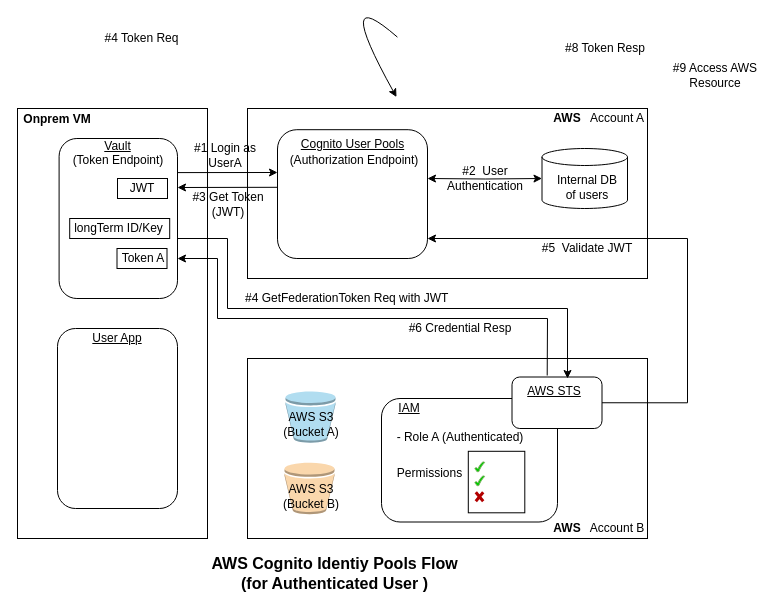
developer-onizuka/Diagrams keeps this draw.io diagram as OAuth2.0_Authorization/AWS_Cognito_with_Vault.drawio. Above is the earlier version. Source tidied: cells renumbered, new cells numbered last; positions are measured from the earlier drawing's top-left corner, leaving out a move shared by most shapes. Both pictures are drawn from the tidied source at 100%, with x=0, y=0 at pixel (17, -21).
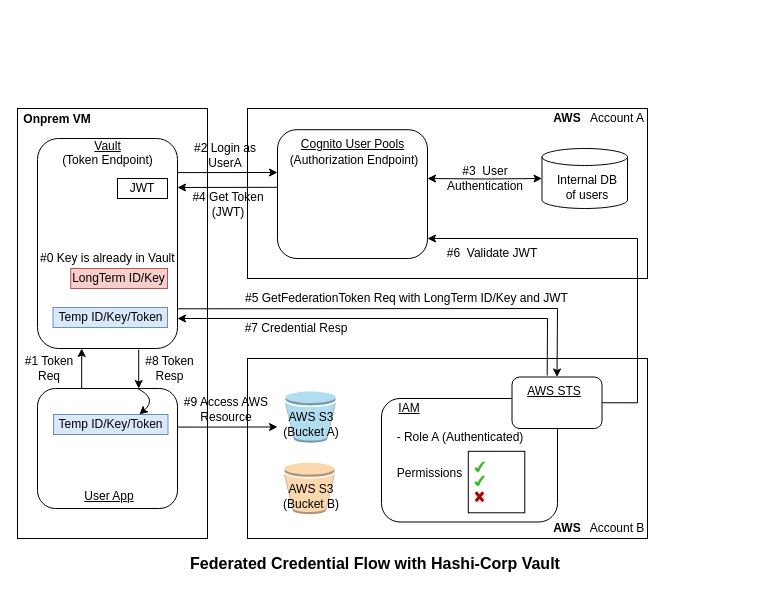
Above is the later version.

The change refers to these unchanged cells:
```xml
<mxCell id="18" style="rounded=1;whiteSpace=wrap;html=1;" parent="1" vertex="1">
  <mxGeometry x="260" y="150.2" width="150" height="128.8" as="geometry" />
</mxCell>
<mxCell id="49" style="rounded=1;whiteSpace=wrap;html=1;" parent="1" vertex="1">
  <mxGeometry x="494.5" y="397.5" width="90" height="51.5" as="geometry" />
</mxCell>
```

The edit, as a diff of the source:
```diff
@@
     <mxCell id="3" style="rounded=1;whiteSpace=wrap;html=1;" parent="1" vertex="1">
-      <mxGeometry x="40" y="349" width="120" height="180" as="geometry" />
+      <mxGeometry x="20" y="409" width="140" height="120" as="geometry" />
     </mxCell>
     <mxCell id="4" value="User App" style="text;html=1;strokeColor=none;fillColor=none;align=center;verticalAlign=middle;whiteSpace=wrap;rounded=0;fontStyle=4;" parent="1" vertex="1">
-      <mxGeometry x="40" y="349" width="120" height="20" as="geometry" />
+      <mxGeometry x="21.5" y="507.2" width="140" height="20" as="geometry" />
     </mxCell>
@@
     <mxCell id="8" style="rounded=1;whiteSpace=wrap;html=1;" parent="1" vertex="1">
-      <mxGeometry x="41.6" y="159" width="118.4" height="160" as="geometry" />
+      <mxGeometry x="20" y="159" width="140" height="210" as="geometry" />
     </mxCell>
     <mxCell id="9" value="Vault" style="text;html=1;strokeColor=none;fillColor=none;align=center;verticalAlign=middle;whiteSpace=wrap;rounded=0;fontStyle=4;" parent="1" vertex="1">
-      <mxGeometry x="40" y="159" width="121" height="15" as="geometry" />
+      <mxGeometry x="20" y="159" width="141" height="15" as="geometry" />
     </mxCell>
@@
-    <mxCell id="13" value="#1 Login as &lt;br&gt;UserA" style="text;html=1;strokeColor=none;fillColor=none;align=center;verticalAlign=middle;whiteSpace=wrap;rounded=0;" parent="1" vertex="1">
+    <mxCell id="13" value="#2 Login as &lt;br&gt;UserA" style="text;html=1;strokeColor=none;fillColor=none;align=center;verticalAlign=middle;whiteSpace=wrap;rounded=0;" parent="1" vertex="1">
       <mxGeometry x="158" y="159" width="100" height="33.8" as="geometry" />
     </mxCell>
-    <mxCell id="14" value="&lt;font style=&quot;font-size: 16px;&quot;&gt;AWS Cognito Identiy Pools Flow&lt;br&gt;(for Authenticated User )&lt;br&gt;&lt;/font&gt;" style="text;html=1;strokeColor=none;fillColor=none;align=center;verticalAlign=middle;whiteSpace=wrap;rounded=0;fontStyle=1;strokeWidth=1;" parent="1" vertex="1">
-      <mxGeometry x="154.5" y="569" width="324.5" height="50" as="geometry" />
+    <mxCell id="14" value="&lt;font style=&quot;font-size: 16px;&quot;&gt;Federated Credential Flow with Hashi-Corp Vault&lt;br&gt;&lt;/font&gt;" style="text;html=1;strokeColor=none;fillColor=none;align=center;verticalAlign=middle;whiteSpace=wrap;rounded=0;fontStyle=1;strokeWidth=1;" parent="1" vertex="1">
+      <mxGeometry x="154.5" y="569" width="405.5" height="30" as="geometry" />
     </mxCell>
@@
-    <mxCell id="32" value="#3 Get Token&lt;br&gt;(JWT)" style="text;html=1;strokeColor=none;fillColor=none;align=center;verticalAlign=middle;whiteSpace=wrap;rounded=0;" parent="1" vertex="1">
+    <mxCell id="32" value="#4 Get Token&lt;br&gt;(JWT)" style="text;html=1;strokeColor=none;fillColor=none;align=center;verticalAlign=middle;whiteSpace=wrap;rounded=0;" parent="1" vertex="1">
       <mxGeometry x="167.5" y="210.2" width="85.5" height="28.8" as="geometry" />
     </mxCell>
-    <mxCell id="33" value="#4 Token Req" style="text;html=1;strokeColor=none;fillColor=none;align=center;verticalAlign=middle;whiteSpace=wrap;rounded=0;" parent="1" vertex="1">
-      <mxGeometry x="80.5" y="49" width="87" height="20" as="geometry" />
+    <mxCell id="33" value="#1 Token &lt;br&gt;Req" style="text;html=1;strokeColor=none;fillColor=none;align=center;verticalAlign=middle;whiteSpace=wrap;rounded=0;" parent="1" vertex="1">
+      <mxGeometry y="374" width="63.5" height="30" as="geometry" />
     </mxCell>
@@
-    <mxCell id="35" value="#5&amp;nbsp; Validate JWT" style="text;html=1;strokeColor=none;fillColor=none;align=center;verticalAlign=middle;whiteSpace=wrap;rounded=0;" parent="1" vertex="1">
-      <mxGeometry x="519.5" y="259" width="100" height="20" as="geometry" />
+    <mxCell id="35" value="#6&amp;nbsp; Validate JWT" style="text;html=1;strokeColor=none;fillColor=none;align=center;verticalAlign=middle;whiteSpace=wrap;rounded=0;" parent="1" vertex="1">
+      <mxGeometry x="424.5" y="264" width="100" height="20" as="geometry" />
     </mxCell>
-    <mxCell id="36" value="#4 GetFederationToken Req with JWT" style="text;html=1;strokeColor=none;fillColor=none;align=left;verticalAlign=middle;whiteSpace=wrap;rounded=0;" parent="1" vertex="1">
-      <mxGeometry x="225.5" y="309" width="214.5" height="20" as="geometry" />
+    <mxCell id="36" value="#5 GetFederationToken Req with LongTerm ID/Key and JWT" style="text;html=1;strokeColor=none;fillColor=none;align=left;verticalAlign=middle;whiteSpace=wrap;rounded=0;" parent="1" vertex="1">
+      <mxGeometry x="225.5" y="309" width="344.5" height="20" as="geometry" />
     </mxCell>
-    <mxCell id="37" value="#2&amp;nbsp; User Authentication" style="text;html=1;strokeColor=none;fillColor=none;align=center;verticalAlign=middle;whiteSpace=wrap;rounded=0;" parent="1" vertex="1">
+    <mxCell id="37" value="#3&amp;nbsp; User Authentication" style="text;html=1;strokeColor=none;fillColor=none;align=center;verticalAlign=middle;whiteSpace=wrap;rounded=0;" parent="1" vertex="1">
       <mxGeometry x="419.5" y="184" width="95.5" height="30" as="geometry" />
     </mxCell>
-    <mxCell id="38" value="#6 Credential Resp" style="text;html=1;strokeColor=none;fillColor=none;align=center;verticalAlign=middle;whiteSpace=wrap;rounded=0;" parent="1" vertex="1">
-      <mxGeometry x="390" y="339" width="105.5" height="20" as="geometry" />
+    <mxCell id="38" value="#7 Credential Resp" style="text;html=1;strokeColor=none;fillColor=none;align=center;verticalAlign=middle;whiteSpace=wrap;rounded=0;" parent="1" vertex="1">
+      <mxGeometry x="225.5" y="339" width="105.5" height="20" as="geometry" />
     </mxCell>
-    <mxCell id="39" value="#8 Token Resp" style="text;html=1;strokeColor=none;fillColor=none;align=center;verticalAlign=middle;whiteSpace=wrap;rounded=0;" parent="1" vertex="1">
-      <mxGeometry x="540" y="59" width="95.5" height="20" as="geometry" />
+    <mxCell id="39" value="#8 Token &lt;br&gt;Resp" style="text;html=1;strokeColor=none;fillColor=none;align=center;verticalAlign=middle;whiteSpace=wrap;rounded=0;" parent="1" vertex="1">
+      <mxGeometry x="115.2" y="376" width="75" height="26" as="geometry" />
     </mxCell>
-    <mxCell id="40" style="curved=1;endArrow=classic;html=1;rounded=0;entryX=1;entryY=0.374;entryDx=0;entryDy=0;entryPerimeter=0;exitX=1.008;exitY=0.143;exitDx=0;exitDy=0;exitPerimeter=0;" parent="1" edge="1">
-      <mxGeometry relative="1" as="geometry">
-        <mxPoint x="379.9" y="57.6" as="sourcePoint" />
-        <mxPoint x="379" y="117.6" as="targetPoint" />
-        <Array as="points">
-          <mxPoint x="314" y="0.4" />
-        </Array>
-      </mxGeometry>
-    </mxCell>
@@
-    <mxCell id="45" style="group;" parent="1" vertex="1">
-      <mxGeometry x="99.5" y="269" width="50" height="20" as="geometry" />
-    </mxCell>
-    <mxCell id="46" style="rounded=0;whiteSpace=wrap;html=1;" parent="45" vertex="1">
-      <mxGeometry width="50" height="20" as="geometry" />
-    </mxCell>
     <mxCell id="47" value="#9 Access AWS Resource" style="text;html=1;strokeColor=none;fillColor=none;align=center;verticalAlign=middle;whiteSpace=wrap;rounded=0;" parent="1" vertex="1">
-      <mxGeometry x="650" y="79" width="95.5" height="34.2" as="geometry" />
+      <mxGeometry x="161" y="413.2" width="95.5" height="34.2" as="geometry" />
     </mxCell>
@@
     <mxCell id="52" value="(Token Endpoint)" style="text;html=1;align=center;verticalAlign=middle;whiteSpace=wrap;rounded=0;fillColor=none;" parent="1" vertex="1">
-      <mxGeometry x="52.2" y="169" width="98.2" height="23.8" as="geometry" />
+      <mxGeometry x="30" y="169" width="120.5" height="23.8" as="geometry" />
     </mxCell>
-    <mxCell id="53" value="Token A" style="text;html=1;strokeColor=none;fillColor=none;align=center;verticalAlign=middle;whiteSpace=wrap;rounded=0;" parent="1" vertex="1">
-      <mxGeometry x="100.5" y="269" width="50" height="20" as="geometry" />
-    </mxCell>
@@
-    <mxCell id="55" style="endArrow=classic;html=1;rounded=0;entryX=0.617;entryY=0.029;entryDx=0;entryDy=0;entryPerimeter=0;" parent="1" edge="1" target="49">
+    <mxCell id="55" style="endArrow=classic;html=1;rounded=0;entryX=0.5;entryY=0;entryDx=0;entryDy=0;exitX=1.004;exitY=0.811;exitDx=0;exitDy=0;exitPerimeter=0;" parent="1" edge="1" source="8" target="49">
       <mxGeometry relative="1" as="geometry">
-        <mxPoint x="160" y="259" as="sourcePoint" />
         <Array as="points">
-          <mxPoint x="210" y="259" />
-          <mxPoint x="210" y="329" />
-          <mxPoint x="550" y="329" />
+          <mxPoint x="540" y="329" />
         </Array>
       </mxGeometry>
     </mxCell>
-    <mxCell id="56" style="endArrow=classic;html=1;rounded=0;entryX=1;entryY=0.75;entryDx=0;entryDy=0;exitX=0.391;exitY=-0.029;exitDx=0;exitDy=0;exitPerimeter=0;" parent="1" edge="1" source="49" target="8">
+    <mxCell id="56" style="endArrow=classic;html=1;rounded=0;exitX=0.391;exitY=-0.029;exitDx=0;exitDy=0;exitPerimeter=0;" parent="1" edge="1" source="49">
       <mxGeometry relative="1" as="geometry">
+        <mxPoint x="160" y="339" as="targetPoint" />
         <Array as="points">
           <mxPoint x="530" y="339" />
-          <mxPoint x="200" y="339" />
-          <mxPoint x="200" y="279" />
         </Array>
       </mxGeometry>
     </mxCell>
     <mxCell id="57" style="edgeStyle=orthogonalEdgeStyle;rounded=0;jettySize=auto;html=1;startArrow=none;startFill=0;exitX=1;exitY=0.5;exitDx=0;exitDy=0;" parent="1" edge="1" source="49" target="18">
       <mxGeometry relative="1" as="geometry">
         <Array as="points">
-          <mxPoint x="670" y="423" />
-          <mxPoint x="670" y="259" />
+          <mxPoint x="620" y="423" />
+          <mxPoint x="620" y="259" />
         </Array>
       </mxGeometry>
     </mxCell>
-    <mxCell id="58" style="group;" parent="1" vertex="1">
-      <mxGeometry x="52.2" y="239" width="100" height="20" as="geometry" />
-    </mxCell>
-    <mxCell id="59" style="rounded=0;whiteSpace=wrap;html=1;" parent="58" vertex="1">
-      <mxGeometry width="100" height="20" as="geometry" />
-    </mxCell>
-    <mxCell id="60" value="longTerm ID/Key" style="text;html=1;strokeColor=none;fillColor=none;align=center;verticalAlign=middle;whiteSpace=wrap;rounded=0;" parent="1" vertex="1">
-      <mxGeometry x="53.2" y="239" width="96.8" height="20" as="geometry" />
+    <mxCell id="60" value="LongTerm ID/Key" style="text;html=1;strokeColor=#b85450;fillColor=#f8cecc;align=center;verticalAlign=middle;whiteSpace=wrap;rounded=0;" parent="1" vertex="1">
+      <mxGeometry x="53.2" y="289" width="96.8" height="20" as="geometry" />
     </mxCell>
+    <mxCell id="61" value="Temp ID/Key/Token" style="text;html=1;strokeColor=#6c8ebf;fillColor=#dae8fc;align=center;verticalAlign=middle;whiteSpace=wrap;rounded=0;" parent="1" vertex="1">
+      <mxGeometry x="35.5" y="328" width="114.5" height="20" as="geometry" />
+    </mxCell>
+    <mxCell id="62" value="Temp ID/Key/Token" style="text;html=1;strokeColor=#6c8ebf;fillColor=#dae8fc;align=center;verticalAlign=middle;whiteSpace=wrap;rounded=0;" parent="1" vertex="1">
+      <mxGeometry x="36" y="435" width="114.5" height="20" as="geometry" />
+    </mxCell>
+    <mxCell id="63" style="endArrow=classic;html=1;rounded=0;exitX=1.008;exitY=0.086;exitDx=0;exitDy=0;exitPerimeter=0;" parent="1" edge="1">
+      <mxGeometry relative="1" as="geometry">
+        <mxPoint x="160" y="447.6" as="sourcePoint" />
+        <mxPoint x="260" y="447.5" as="targetPoint" />
+      </mxGeometry>
+    </mxCell>
+    <mxCell id="64" style="endArrow=classic;html=1;rounded=0;" parent="1" edge="1">
+      <mxGeometry relative="1" as="geometry">
+        <mxPoint x="64.2" y="409" as="sourcePoint" />
+        <mxPoint x="64.2" y="369" as="targetPoint" />
+      </mxGeometry>
+    </mxCell>
+    <mxCell id="65" style="endArrow=classic;html=1;rounded=0;" parent="1" edge="1">
+      <mxGeometry relative="1" as="geometry">
+        <mxPoint x="121.2" y="370" as="sourcePoint" />
+        <mxPoint x="121.2" y="409" as="targetPoint" />
+      </mxGeometry>
+    </mxCell>
+    <mxCell id="66" value="&lt;span&gt;#0 Key is already in Vault&amp;nbsp;&lt;/span&gt;" style="text;html=1;strokeColor=none;fillColor=none;align=center;verticalAlign=middle;whiteSpace=wrap;rounded=0;fontStyle=0;" parent="1" vertex="1">
+      <mxGeometry x="16.5" y="264" width="150" height="30" as="geometry" />
+    </mxCell>
+    <mxCell id="67" style="curved=1;endArrow=classic;html=1;rounded=0;entryX=0.75;entryY=0;entryDx=0;entryDy=0;" parent="1" edge="1" target="62">
+      <mxGeometry relative="1" as="geometry">
+        <mxPoint x="120" y="409" as="sourcePoint" />
+        <Array as="points">
+          <mxPoint x="140" y="419" />
+        </Array>
+      </mxGeometry>
+    </mxCell>
```
